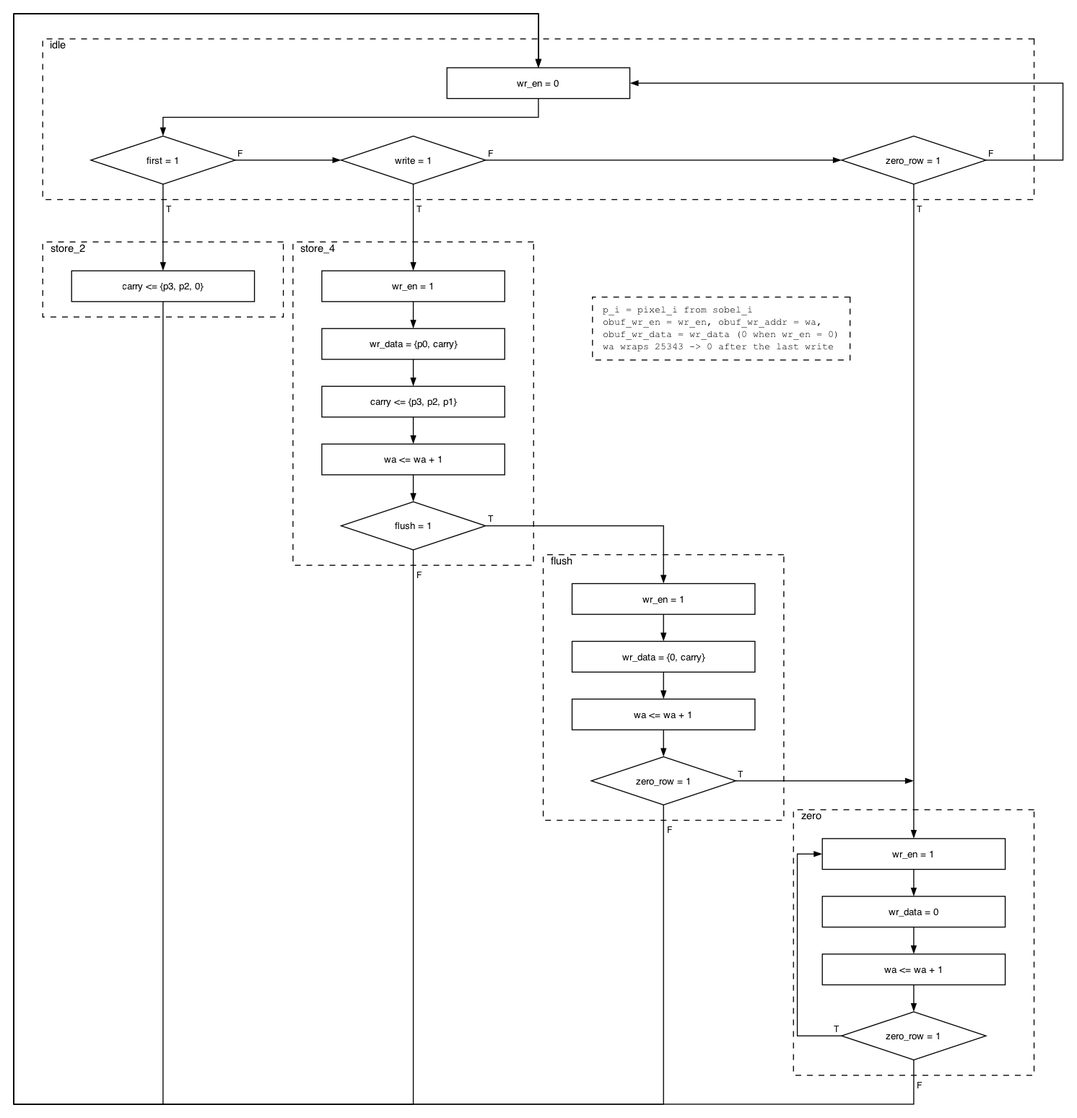
The Graphviz diagram report/figures/writer_asm.png in denizlg24/02203_assignement_2, before a commit. Its source is kept beside it as report/figures/writer_asm.dot.
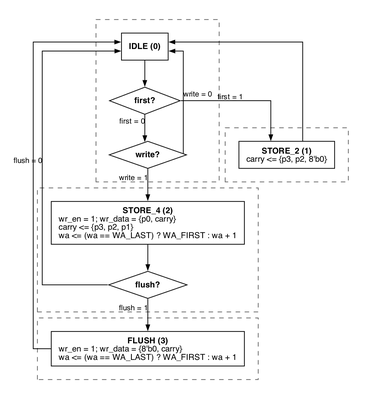
The same file after the commit.

The edit, as a diff of the source:
```diff
@@ -1,56 +1,38 @@
 digraph writer_asm {
-    graph [bgcolor="white", splines=true, outputorder=nodesfirst, pad=0.2];
-    node [fontname="Helvetica", fontsize=10, fixedsize=true];
-    edge [fontname="Helvetica", fontsize=9, arrowsize=0.7];
-
-    cluster_idle [shape=box, style=dashed, label="idle\l", labelloc=t, fontsize=11, width=14.306, height=2.319, pos="0.0,1043.5"];
-    cluster_store_2 [shape=box, style=dashed, label="store_2\l", labelloc=t, fontsize=11, width=3.472, height=1.083, pos="-390.0,877.0"];
-    cluster_store_4 [shape=box, style=dashed, label="store_4\l", labelloc=t, fontsize=11, width=3.472, height=4.667, pos="-130.0,748.0"];
-    cluster_flush [shape=box, style=dashed, label="flush\l", labelloc=t, fontsize=11, width=3.472, height=3.833, pos="130.0,453.0"];
-    cluster_zero [shape=box, style=dashed, label="zero\l", labelloc=t, fontsize=11, width=3.472, height=3.833, pos="390.0,188.0"];
-
-    i_b [shape=box, label="wr_en = 0", width=2.639, height=0.444, pos="0.0,1081.0"];
-    d1 [shape=diamond, label="first = 1", width=2.083, height=0.694, pos="-390.0,1001.0"];
-    d2 [shape=diamond, label="write = 1", width=2.083, height=0.694, pos="-130.0,1001.0"];
-    d3 [shape=diamond, label="zero_row = 1", width=2.083, height=0.694, pos="390.0,1001.0"];
-    s2_b [shape=box, label="carry <= {p3, p2, 0}", width=2.639, height=0.444, pos="-390.0,870.0"];
-    s4_b1 [shape=box, label="wr_en = 1", width=2.639, height=0.444, pos="-130.0,870.0"];
-    s4_b2 [shape=box, label="wr_data = {p0, carry}", width=2.639, height=0.444, pos="-130.0,810.0"];
-    s4_b3 [shape=box, label="carry <= {p3, p2, p1}", width=2.639, height=0.444, pos="-130.0,750.0"];
-    s4_b4 [shape=box, label="wa <= wa + 1", width=2.639, height=0.444, pos="-130.0,690.0"];
-    s4_d [shape=diamond, label="flush = 1", width=2.083, height=0.694, pos="-130.0,621.0"];
-    f_b1 [shape=box, label="wr_en = 1", width=2.639, height=0.444, pos="130.0,545.0"];
-    f_b2 [shape=box, label="wr_data = {0, carry}", width=2.639, height=0.444, pos="130.0,485.0"];
-    f_b3 [shape=box, label="wa <= wa + 1", width=2.639, height=0.444, pos="130.0,425.0"];
-    f_d [shape=diamond, label="zero_row = 1", width=2.083, height=0.694, pos="130.0,356.0"];
-    z_b1 [shape=box, label="wr_en = 1", width=2.639, height=0.444, pos="390.0,280.0"];
-    z_b2 [shape=box, label="wr_data = 0", width=2.639, height=0.444, pos="390.0,220.0"];
-    z_b3 [shape=box, label="wa <= wa + 1", width=2.639, height=0.444, pos="390.0,160.0"];
-    z_d [shape=diamond, label="zero_row = 1", width=2.083, height=0.694, pos="390.0,91.0"];
-    note0 [shape=box, fixedsize=false, style=dashed, fontsize=10, fontname="Courier", margin="0.15,0.1", label="p_i = pixel_i from sobel_i\lobuf_wr_en = wr_en, obuf_wr_addr = wa,\lobuf_wr_data = wr_data (0 when wr_en = 0)\lwa wraps 25343 -> 0 after the last write\l", pos="190.0,826.0"];
-
-    i_b -> d1 [pos="e,-390.0,1026.0 0.0,1065.0 0.0,1065.0 0.0,1045.5 0.0,1045.5 0.0,1045.5 -390.0,1045.5 -390.0,1045.5 -390.0,1045.5 -390.0,1033.0 -390.0,1033.0"];
-    d1 -> d2 [pos="e,-205.0,1001.0 -315.0,1001.0 -315.0,1001.0 -212.0,1001.0 -212.0,1001.0", label="F", lp="-309.7,1008.4"];
-    d2 -> d3 [pos="e,315.0,1001.0 -55.0,1001.0 -55.0,1001.0 308.0,1001.0 308.0,1001.0", label="F", lp="-49.7,1008.4"];
-    d3 -> i_b [pos="e,95.0,1081.0 465.0,1001.0 465.0,1001.0 545.0,1001.0 545.0,1001.0 545.0,1001.0 545.0,1081.0 545.0,1081.0 545.0,1081.0 102.0,1081.0 102.0,1081.0", label="F", lp="470.3,1008.4"];
-    d1 -> s2_b [pos="e,-390.0,886.0 -390.0,976.0 -390.0,976.0 -390.0,893.0 -390.0,893.0", label="T", lp="-383.7,950.0"];
-    d2 -> s4_b1 [pos="e,-130.0,886.0 -130.0,976.0 -130.0,976.0 -130.0,893.0 -130.0,893.0", label="T", lp="-123.7,950.0"];
-    d3 -> z_b1 [pos="e,390.0,296.0 390.0,976.0 390.0,976.0 390.0,303.0 390.0,303.0", label="T", lp="396.3,950.0"];
-    s4_b1 -> s4_b2 [pos="e,-130.0,826.0 -130.0,854.0 -130.0,854.0 -130.0,833.0 -130.0,833.0"];
-    s4_b2 -> s4_b3 [pos="e,-130.0,766.0 -130.0,794.0 -130.0,794.0 -130.0,773.0 -130.0,773.0"];
-    s4_b3 -> s4_b4 [pos="e,-130.0,706.0 -130.0,734.0 -130.0,734.0 -130.0,713.0 -130.0,713.0"];
-    s4_b4 -> s4_d [pos="e,-130.0,646.0 -130.0,674.0 -130.0,674.0 -130.0,653.0 -130.0,653.0"];
-    s4_d -> f_b1 [pos="e,130.0,561.0 -55.0,621.0 -55.0,621.0 130.0,621.0 130.0,621.0 130.0,621.0 130.0,568.0 130.0,568.0", label="T", lp="-49.7,628.4"];
-    f_b1 -> f_b2 [pos="e,130.0,501.0 130.0,529.0 130.0,529.0 130.0,508.0 130.0,508.0"];
-    f_b2 -> f_b3 [pos="e,130.0,441.0 130.0,469.0 130.0,469.0 130.0,448.0 130.0,448.0"];
-    f_b3 -> f_d [pos="e,130.0,381.0 130.0,409.0 130.0,409.0 130.0,388.0 130.0,388.0"];
-    f_d -> z_b1 [pos="e,390.0,356.0 205.0,356.0 205.0,356.0 383.0,356.0 383.0,356.0", label="T", lp="210.3,363.4"];
-    z_b1 -> z_b2 [pos="e,390.0,236.0 390.0,264.0 390.0,264.0 390.0,243.0 390.0,243.0"];
-    z_b2 -> z_b3 [pos="e,390.0,176.0 390.0,204.0 390.0,204.0 390.0,183.0 390.0,183.0"];
-    z_b3 -> z_d [pos="e,390.0,116.0 390.0,144.0 390.0,144.0 390.0,123.0 390.0,123.0"];
-    z_d -> z_b1 [pos="e,295.0,280.0 315.0,91.0 315.0,91.0 269.0,91.0 269.0,91.0 269.0,91.0 269.0,280.0 269.0,280.0 269.0,280.0 288.0,280.0 288.0,280.0", label="T", lp="309.7,98.4"];
-    s2_b -> i_b [pos="e,0.0,1097.0 -390.0,854.0 -390.0,854.0 -390.0,20.0 -390.0,20.0 -390.0,20.0 -545.0,20.0 -545.0,20.0 -545.0,20.0 -545.0,1153.0 -545.0,1153.0 -545.0,1153.0 0.0,1153.0 0.0,1153.0 0.0,1153.0 0.0,1104.0 0.0,1104.0"];
-    s4_d -> i_b [pos="e,0.0,1097.0 -130.0,596.0 -130.0,596.0 -130.0,20.0 -130.0,20.0 -130.0,20.0 -545.0,20.0 -545.0,20.0 -545.0,20.0 -545.0,1153.0 -545.0,1153.0 -545.0,1153.0 0.0,1153.0 0.0,1153.0 0.0,1153.0 0.0,1104.0 0.0,1104.0", label="F", lp="-123.7,570.0"];
-    f_d -> i_b [pos="e,0.0,1097.0 130.0,331.0 130.0,331.0 130.0,20.0 130.0,20.0 130.0,20.0 -545.0,20.0 -545.0,20.0 -545.0,20.0 -545.0,1153.0 -545.0,1153.0 -545.0,1153.0 0.0,1153.0 0.0,1153.0 0.0,1153.0 0.0,1104.0 0.0,1104.0", label="F", lp="136.3,305.0"];
-    z_d -> i_b [pos="e,0.0,1097.0 390.0,66.0 390.0,66.0 390.0,20.0 390.0,20.0 390.0,20.0 -545.0,20.0 -545.0,20.0 -545.0,20.0 -545.0,1153.0 -545.0,1153.0 -545.0,1153.0 0.0,1153.0 0.0,1153.0 0.0,1153.0 0.0,1104.0 0.0,1104.0", label="F", lp="396.3,40.0"];
+    graph [bgcolor="white", rankdir=TB, splines=ortho, pad=0.25, nodesep=0.45, ranksep=0.5];
+    node [fontname="Helvetica", fontsize=11, margin="0.14,0.09"];
+    edge [fontname="Helvetica", fontsize=10, arrowsize=0.7];
+    s0 [shape=box, label=<<B>IDLE (0)</B>>];
+    s1 [shape=box, label=<<B>STORE_2 (1)</B><BR/>carry &lt;= {p3, p2, 8&#x27;b0}<BR ALIGN="LEFT"/>>];
+    s2 [shape=box, label=<<B>STORE_4 (2)</B><BR/>wr_en = 1; wr_data = {p0, carry}<BR ALIGN="LEFT"/>carry &lt;= {p3, p2, p1}<BR ALIGN="LEFT"/>wa &lt;= (wa == WA_LAST) ? WA_FIRST : wa + 1<BR ALIGN="LEFT"/>>];
+    s3 [shape=box, label=<<B>FLUSH (3)</B><BR/>wr_en = 1; wr_data = {8&#x27;b0, carry}<BR ALIGN="LEFT"/>wa &lt;= (wa == WA_LAST) ? WA_FIRST : wa + 1<BR ALIGN="LEFT"/>>];
+    first [shape=diamond, label=<<B>first?</B>>];
+    write [shape=diamond, label=<<B>write?</B>>];
+    flush [shape=diamond, label=<<B>flush?</B>>];
+    s0 -> first;
+    first -> s1 [xlabel="first = 1"];
+    first -> write [xlabel="first = 0"];
+    write -> s2 [xlabel="write = 1"];
+    write -> s0 [xlabel="write = 0", constraint=false];
+    s1 -> s0 [constraint=false];
+    s2 -> flush;
+    flush -> s3 [xlabel="flush = 1"];
+    flush -> s0 [xlabel="flush = 0", constraint=false];
+    s3 -> s0 [constraint=false];
+    subgraph cluster_idle {
+        graph [style=dashed, color="#666666", penwidth=1, margin=18, label=""];
+        s0; first; write;
+    }
+    subgraph cluster_store_2 {
+        graph [style=dashed, color="#666666", penwidth=1, margin=18, label=""];
+        s1;
+    }
+    subgraph cluster_store_4 {
+        graph [style=dashed, color="#666666", penwidth=1, margin=18, label=""];
+        s2; flush;
+    }
+    subgraph cluster_flush {
+        graph [style=dashed, color="#666666", penwidth=1, margin=18, label=""];
+        s3;
+    }
 }
```
